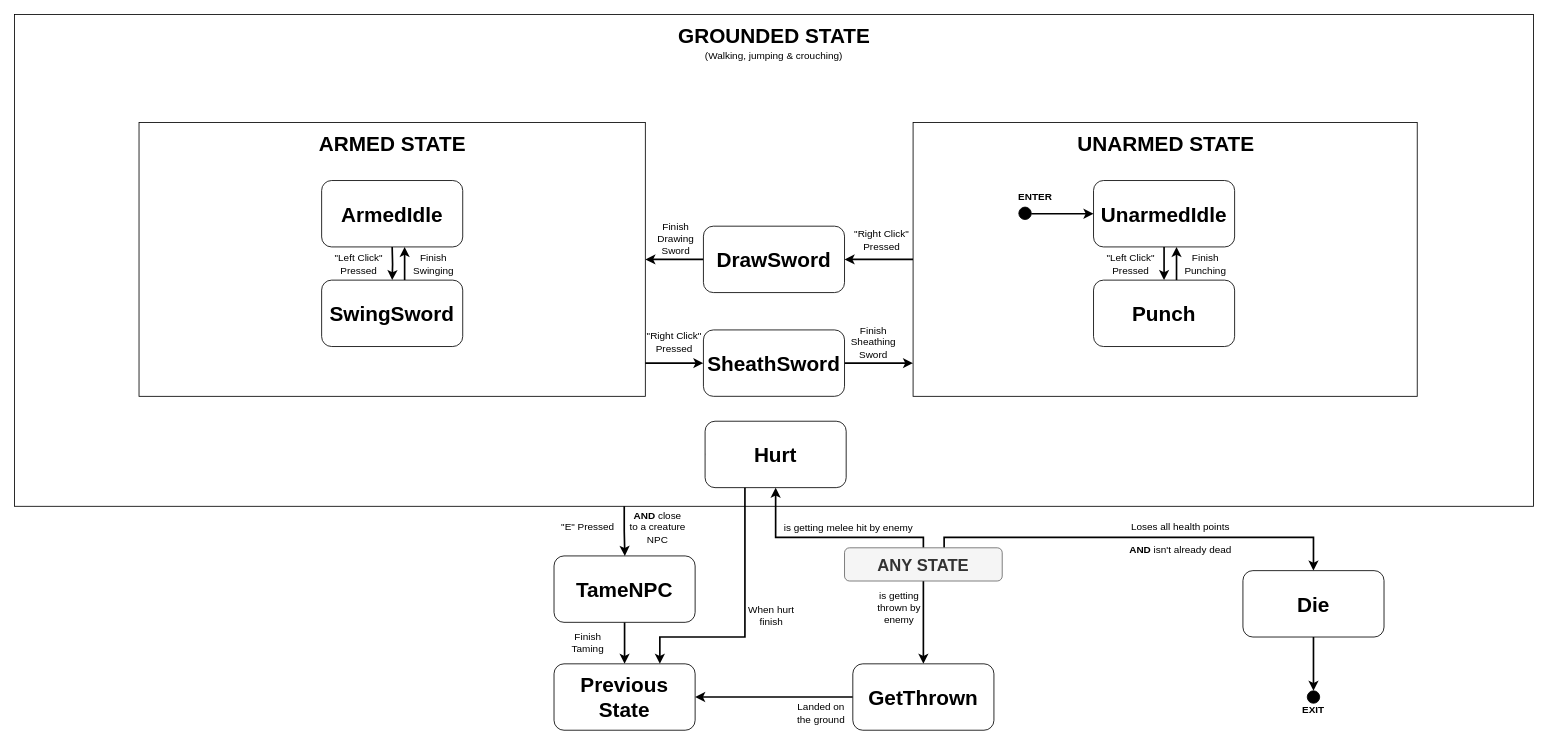
Aster0/GMAI_Project keeps this draw.io diagram as page "Page-2" (1 of 2) of player_fsm.drawio. Above is the earlier version. Source tidied: cells renumbered, new cells numbered last; positions are measured from the earlier drawing's top-left corner, leaving out a move shared by most shapes. Both pictures are drawn from the tidied source at 83%, with x=0, y=0 at pixel (14, 14).
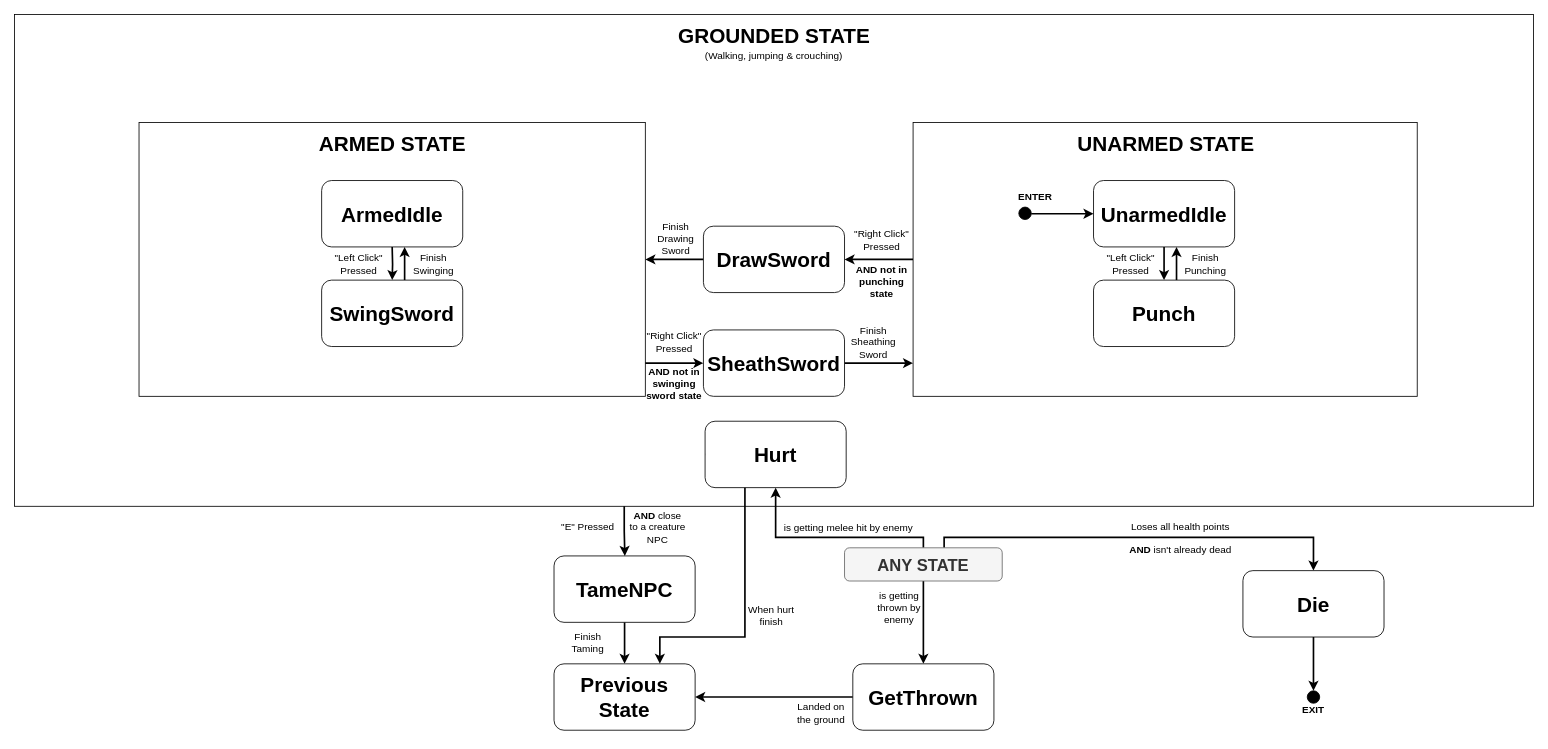
Above is the later version.

Diff of the diagram source:
```diff
@@
+    <mxCell id="59" value="&lt;b&gt;AND not in punching state&lt;/b&gt;" style="text;html=1;strokeColor=none;fillColor=none;align=center;verticalAlign=middle;whiteSpace=wrap;rounded=0;fontSize=12;" parent="1" vertex="1">
+      <mxGeometry x="1010" y="297" width="70" height="50" as="geometry" />
+    </mxCell>
+    <mxCell id="60" value="&lt;b&gt;AND not in swinging sword state&lt;/b&gt;" style="text;html=1;strokeColor=none;fillColor=none;align=center;verticalAlign=middle;whiteSpace=wrap;rounded=0;fontSize=12;" parent="1" vertex="1">
+      <mxGeometry x="760" y="420" width="70" height="50" as="geometry" />
+    </mxCell>
```
